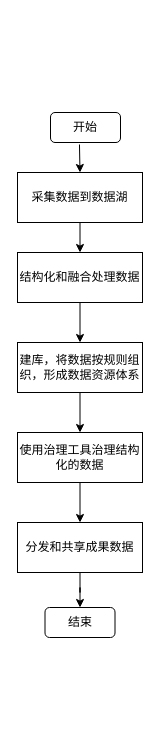
LWping/diagrams keeps this draw.io diagram as 国防科大-数据中台工作流程.drawio. Above is the earlier version. Source tidied: cells renumbered, new cells numbered last; positions are measured from the earlier drawing's top-left corner, leaving out a move shared by most shapes. Both pictures are drawn from the tidied source at 100%, with x=0, y=0 at pixel (17, 112).
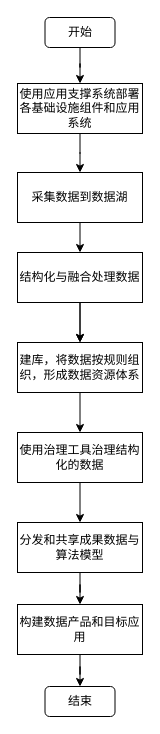
Above is the later version.

Commit message (it also covers changes not shown here):
Update 国防科大-数据中台工作流程.drawio

Change to the diagram source:
```diff
@@
 <mxGraphModel>
   <root>
     <mxCell id="0" />
     <mxCell id="1" parent="0" />
+    <mxCell id="15" style="edgeStyle=orthogonalEdgeStyle;rounded=0;jettySize=auto;html=1;entryX=0.5;entryY=0;entryDx=0;entryDy=0;" parent="1" edge="1" source="2" target="19">
+      <mxGeometry relative="1" as="geometry" />
+    </mxCell>
     <mxCell id="2" value="开始" style="rounded=1;whiteSpace=wrap;html=1;" parent="1" vertex="1">
-      <mxGeometry x="33" width="70" height="30" as="geometry" />
+      <mxGeometry x="27.5" y="-95" width="70" height="30" as="geometry" />
     </mxCell>
     <mxCell id="3" style="edgeStyle=orthogonalEdgeStyle;rounded=0;jettySize=auto;html=1;exitX=0.5;exitY=1;exitDx=0;exitDy=0;entryX=0.5;entryY=0;entryDx=0;entryDy=0;" parent="1" edge="1" source="4" target="6">
       <mxGeometry relative="1" as="geometry" />
     </mxCell>
     <mxCell id="4" value="采集数据到数据湖" style="rounded=0;whiteSpace=wrap;html=1;" parent="1" vertex="1">
       <mxGeometry y="60" width="125" height="50" as="geometry" />
     </mxCell>
     <mxCell id="5" style="edgeStyle=orthogonalEdgeStyle;rounded=0;jettySize=auto;html=1;exitX=0.5;exitY=1;exitDx=0;exitDy=0;entryX=0.5;entryY=0;entryDx=0;entryDy=0;" parent="1" edge="1" source="6" target="11">
       <mxGeometry relative="1" as="geometry" />
     </mxCell>
+    <mxCell id="16" style="edgeStyle=orthogonalEdgeStyle;rounded=0;jettySize=auto;html=1;" parent="1" edge="1" source="6" target="11">
+      <mxGeometry relative="1" as="geometry" />
+    </mxCell>
-    <mxCell id="6" value="结构化和融合处理数据" style="rounded=0;whiteSpace=wrap;html=1;" parent="1" vertex="1">
+    <mxCell id="6" value="结构化与融合处理数据" style="rounded=0;whiteSpace=wrap;html=1;" parent="1" vertex="1">
       <mxGeometry y="140" width="125" height="50" as="geometry" />
     </mxCell>
-    <mxCell id="7" style="endArrow=classic;html=1;exitX=0.414;exitY=1.067;exitDx=0;exitDy=0;exitPerimeter=0;entryX=0.5;entryY=0;entryDx=0;entryDy=0;" parent="1" edge="1" source="2" target="4">
-      <mxGeometry relative="1" as="geometry" />
-    </mxCell>
     <mxCell id="8" style="edgeStyle=orthogonalEdgeStyle;rounded=0;jettySize=auto;html=1;exitX=0.5;exitY=1;exitDx=0;exitDy=0;" parent="1" edge="1" source="9" target="13">
       <mxGeometry relative="1" as="geometry" />
     </mxCell>
     <mxCell id="9" value="使用治理工具治理结构化的数据" style="rounded=0;whiteSpace=wrap;html=1;" parent="1" vertex="1">
       <mxGeometry y="320" width="125" height="50" as="geometry" />
     </mxCell>
     <mxCell id="10" style="edgeStyle=orthogonalEdgeStyle;rounded=0;jettySize=auto;html=1;exitX=0.5;exitY=1;exitDx=0;exitDy=0;entryX=0.5;entryY=0;entryDx=0;entryDy=0;" parent="1" edge="1" source="11" target="9">
       <mxGeometry relative="1" as="geometry" />
     </mxCell>
     <mxCell id="11" value="建库，将数据按规则组织，形成数据资源体系" style="rounded=0;whiteSpace=wrap;html=1;" parent="1" vertex="1">
       <mxGeometry y="230" width="125" height="50" as="geometry" />
     </mxCell>
-    <mxCell id="12" style="edgeStyle=orthogonalEdgeStyle;rounded=0;jettySize=auto;html=1;" parent="1" edge="1" source="13" target="14">
-      <mxGeometry relative="1" as="geometry" />
-    </mxCell>
+    <mxCell id="17" style="edgeStyle=orthogonalEdgeStyle;rounded=0;jettySize=auto;html=1;" parent="1" edge="1" source="13" target="21">
+      <mxGeometry relative="1" as="geometry" />
+    </mxCell>
-    <mxCell id="13" value="分发和共享成果数据" style="rounded=0;whiteSpace=wrap;html=1;" parent="1" vertex="1">
+    <mxCell id="13" value="分发和共享成果数据与算法模型" style="rounded=0;whiteSpace=wrap;html=1;" parent="1" vertex="1">
       <mxGeometry y="410" width="125" height="50" as="geometry" />
     </mxCell>
+    <mxCell id="18" style="edgeStyle=orthogonalEdgeStyle;rounded=0;jettySize=auto;html=1;" parent="1" edge="1" source="19" target="4">
+      <mxGeometry relative="1" as="geometry" />
+    </mxCell>
+    <mxCell id="19" value="使用应用支撑系统部署各基础设施组件和应用系统" style="rounded=0;whiteSpace=wrap;html=1;" parent="1" vertex="1">
+      <mxGeometry y="-29" width="125" height="50" as="geometry" />
+    </mxCell>
+    <mxCell id="20" style="edgeStyle=orthogonalEdgeStyle;rounded=0;jettySize=auto;html=1;entryX=0.5;entryY=0;entryDx=0;entryDy=0;" parent="1" edge="1" source="21" target="14">
+      <mxGeometry relative="1" as="geometry" />
+    </mxCell>
+    <mxCell id="21" value="构建数据产品和目标应用" style="rounded=0;whiteSpace=wrap;html=1;" parent="1" vertex="1">
+      <mxGeometry y="492" width="125" height="50" as="geometry" />
+    </mxCell>
     <mxCell id="14" value="结束" style="rounded=1;whiteSpace=wrap;html=1;" parent="1" vertex="1">
-      <mxGeometry x="27.5" y="495" width="70" height="30" as="geometry" />
+      <mxGeometry x="27.5" y="574" width="70" height="30" as="geometry" />
     </mxCell>
   </root>
 </mxGraphModel>
```
